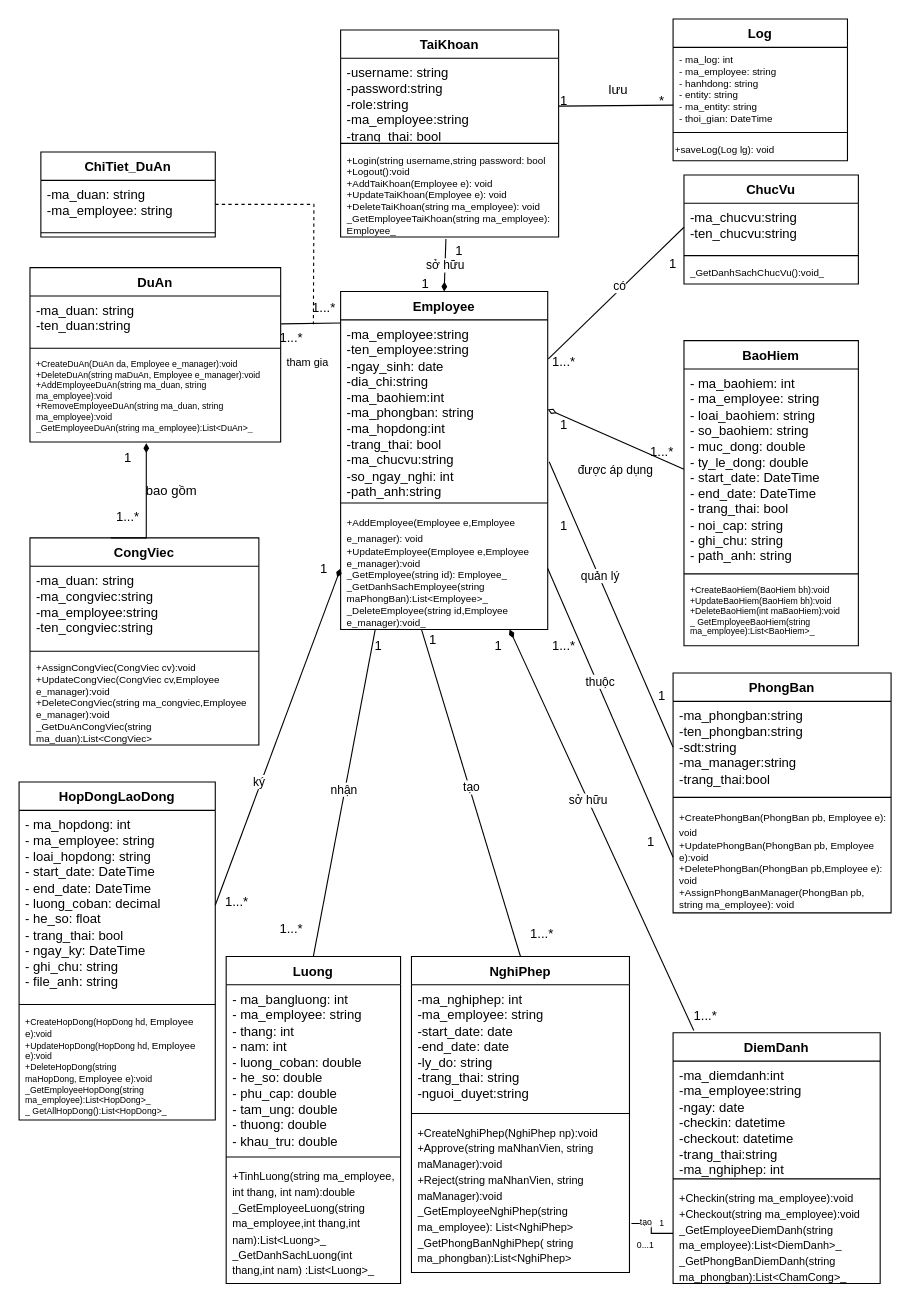
This is SoDoClass.drawio from hoangda24312/Group4-DesigningSystem, a draw.io file, before an edit. Source tidied: cells renumbered, new cells numbered last; positions are measured from the earlier drawing's top-left corner, leaving out a move shared by most shapes. Both pictures are drawn from the tidied source at 109%, with x=0, y=0 at pixel (19, 19).
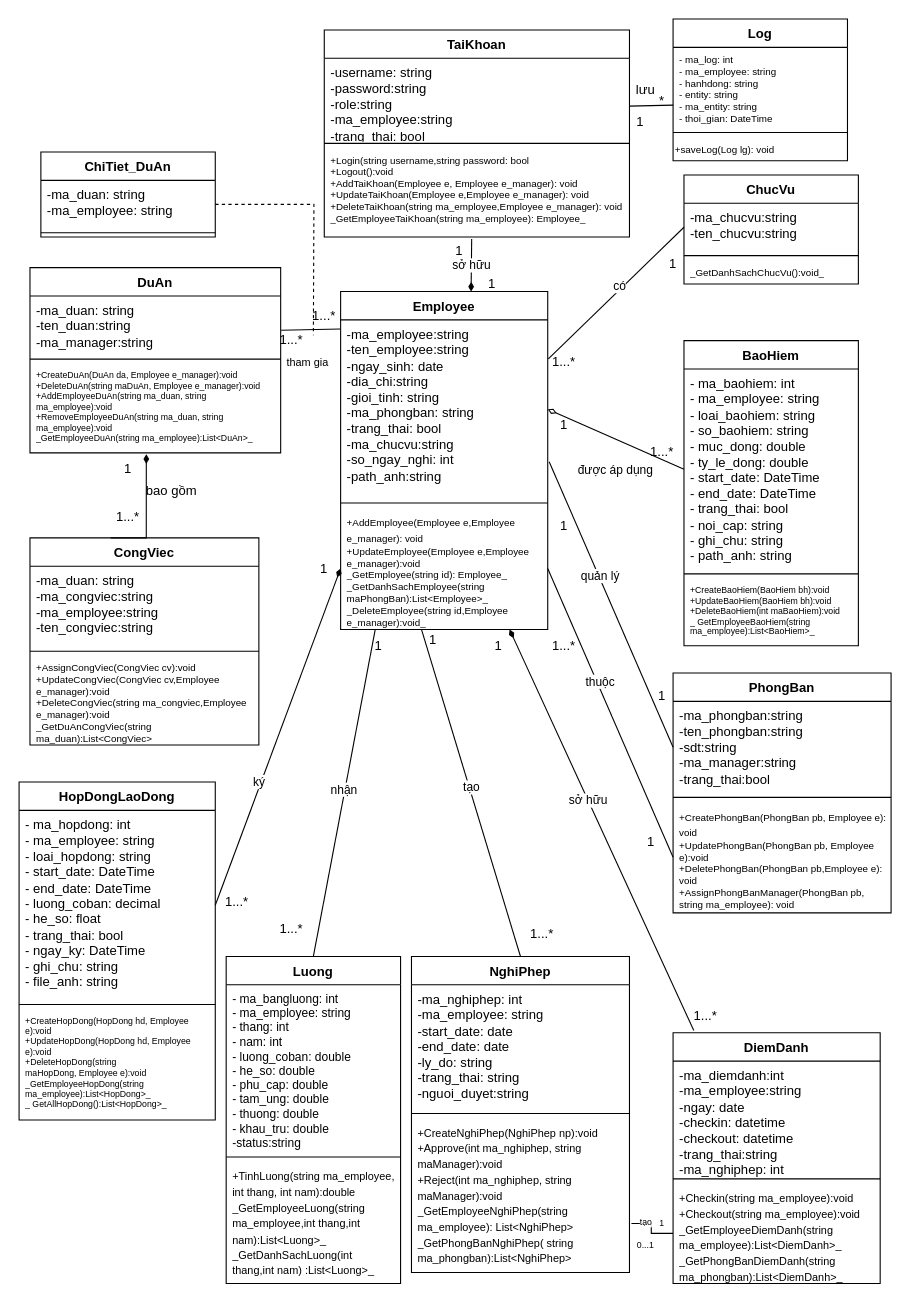
Above is the later version.

The change refers to these unchanged cells:
```xml
<mxCell id="7" value="-ma_duan: string&lt;div&gt;-&lt;span style=&quot;background-color: transparent; color: light-dark(rgb(0, 0, 0), rgb(255, 255, 255));&quot;&gt;ma_employee&lt;/span&gt;&lt;span style=&quot;background-color: transparent; color: light-dark(rgb(0, 0, 0), rgb(255, 255, 255));&quot;&gt;: string&lt;/span&gt;&lt;/div&gt;&lt;div&gt;&lt;div&gt;&lt;br&gt;&lt;/div&gt;&lt;/div&gt;" style="text;strokeColor=none;fillColor=none;align=left;verticalAlign=top;spacingLeft=4;spacingRight=4;overflow=hidden;points=[[0,0.5],[1,0.5]];portConstraint=eastwest;whiteSpace=wrap;html=1;" parent="6" vertex="1">
  <mxGeometry y="26" width="160" height="44" as="geometry" />
</mxCell>
<mxCell id="21" value="HopDongLaoDong" style="swimlane;fontStyle=1;align=center;verticalAlign=top;horizontal=1;startSize=26;whiteSpace=wrap;html=1;" parent="1" vertex="1">
  <mxGeometry y="700" width="180" height="310" as="geometry" />
</mxCell>
<mxCell id="25" value="Employee" style="swimlane;fontStyle=1;align=center;verticalAlign=top;horizontal=1;startSize=26;whiteSpace=wrap;html=1;" parent="1" vertex="1">
  <mxGeometry x="295" y="250" width="190" height="310" as="geometry" />
</mxCell>
<mxCell id="33" value="DiemDanh" style="swimlane;fontStyle=1;align=center;verticalAlign=top;horizontal=1;startSize=26;whiteSpace=wrap;html=1;" parent="1" vertex="1">
  <mxGeometry x="600" y="930" width="190" height="230" as="geometry" />
</mxCell>
<mxCell id="37" value="NghiPhep" style="swimlane;fontStyle=1;align=center;verticalAlign=top;horizontal=1;startSize=26;whiteSpace=wrap;html=1;" parent="1" vertex="1">
  <mxGeometry x="360" y="860" width="200" height="290" as="geometry" />
</mxCell>
<mxCell id="72" value="Luong" style="swimlane;fontStyle=1;align=center;verticalAlign=top;horizontal=1;startSize=26;whiteSpace=wrap;html=1;" parent="1" vertex="1">
  <mxGeometry x="190" y="860" width="160" height="300" as="geometry" />
</mxCell>
```

The edit, as a diff of the source:
```diff
@@
     <mxCell id="2" value="TaiKhoan" style="swimlane;fontStyle=1;align=center;verticalAlign=top;horizontal=1;startSize=26;whiteSpace=wrap;html=1;" parent="1" vertex="1">
-      <mxGeometry x="295" y="10" width="200" height="190" as="geometry" />
+      <mxGeometry x="280" y="10" width="280" height="190" as="geometry" />
     </mxCell>
     <mxCell id="3" value="-username: string&lt;div&gt;-password:string&lt;/div&gt;&lt;div&gt;-role:string&lt;/div&gt;&lt;div&gt;-&lt;span style=&quot;background-color: transparent; color: light-dark(rgb(0, 0, 0), rgb(255, 255, 255));&quot;&gt;ma_employee&lt;/span&gt;&lt;span style=&quot;background-color: transparent; color: light-dark(rgb(0, 0, 0), rgb(255, 255, 255));&quot;&gt;:string&lt;/span&gt;&lt;/div&gt;&lt;div&gt;-trang_thai: bool&lt;/div&gt;" style="text;strokeColor=none;fillColor=none;align=left;verticalAlign=top;spacingLeft=4;spacingRight=4;overflow=hidden;points=[[0,0.5],[1,0.5]];portConstraint=eastwest;whiteSpace=wrap;html=1;" parent="2" vertex="1">
-      <mxGeometry y="26" width="200" height="74" as="geometry" />
+      <mxGeometry y="26" width="280" height="74" as="geometry" />
     </mxCell>
     <mxCell id="4" style="line;strokeWidth=1;fillColor=none;align=left;verticalAlign=middle;spacingTop=-1;spacingLeft=3;spacingRight=3;labelPosition=right;strokeColor=inherit;" parent="2" vertex="1">
-      <mxGeometry y="100" width="200" height="8" as="geometry" />
+      <mxGeometry y="100" width="280" height="8" as="geometry" />
     </mxCell>
-    <mxCell id="5" value="+Login(string username,string password: bool&lt;div&gt;+Logout():void&lt;/div&gt;&lt;div&gt;+AddTaiKhoan(Employee e): void&lt;/div&gt;&lt;div&gt;+UpdateTaiKhoan(Employee e): void&lt;/div&gt;&lt;div&gt;+DeleteTaiKhoan(string ma_employee): void&lt;/div&gt;&lt;div&gt;_GetEmployeeTaiKhoan(string ma_employee): Employee_&lt;/div&gt;" style="text;strokeColor=none;fillColor=none;align=left;verticalAlign=top;spacingLeft=4;spacingRight=4;overflow=hidden;points=[[0,0.5],[1,0.5]];portConstraint=eastwest;whiteSpace=wrap;html=1;fontSize=9;" parent="2" vertex="1">
-      <mxGeometry y="108" width="200" height="82" as="geometry" />
+    <mxCell id="5" value="+Login(string username,string password: bool&lt;div&gt;+Logout():void&lt;/div&gt;&lt;div&gt;+AddTaiKhoan(Employee e, Employee e_manager): void&lt;/div&gt;&lt;div&gt;+UpdateTaiKhoan(Employee e,Employee e_manager): void&lt;/div&gt;&lt;div&gt;+DeleteTaiKhoan(string ma_employee,Employee e_manager): void&lt;/div&gt;&lt;div&gt;_GetEmployeeTaiKhoan(string ma_employee): Employee_&lt;/div&gt;" style="text;strokeColor=none;fillColor=none;align=left;verticalAlign=top;spacingLeft=4;spacingRight=4;overflow=hidden;points=[[0,0.5],[1,0.5]];portConstraint=eastwest;whiteSpace=wrap;html=1;fontSize=9;" parent="2" vertex="1">
+      <mxGeometry y="108" width="280" height="82" as="geometry" />
     </mxCell>
@@
     <mxCell id="9" value="DuAn" style="swimlane;fontStyle=1;align=center;verticalAlign=top;horizontal=1;startSize=26;whiteSpace=wrap;html=1;" parent="1" vertex="1">
-      <mxGeometry x="10" y="228" width="230" height="160" as="geometry" />
+      <mxGeometry x="10" y="228" width="230" height="170" as="geometry" />
     </mxCell>
-    <mxCell id="10" value="-ma_duan: string&lt;div&gt;-ten_duan:string&lt;br&gt;&lt;div&gt;&lt;br&gt;&lt;/div&gt;&lt;/div&gt;" style="text;strokeColor=none;fillColor=none;align=left;verticalAlign=top;spacingLeft=4;spacingRight=4;overflow=hidden;points=[[0,0.5],[1,0.5]];portConstraint=eastwest;whiteSpace=wrap;html=1;" parent="9" vertex="1">
-      <mxGeometry y="26" width="230" height="44" as="geometry" />
+    <mxCell id="10" value="-ma_duan: string&lt;div&gt;-ten_duan:string&lt;br&gt;&lt;div&gt;-ma_manager:string&lt;/div&gt;&lt;/div&gt;" style="text;strokeColor=none;fillColor=none;align=left;verticalAlign=top;spacingLeft=4;spacingRight=4;overflow=hidden;points=[[0,0.5],[1,0.5]];portConstraint=eastwest;whiteSpace=wrap;html=1;" parent="9" vertex="1">
+      <mxGeometry y="26" width="230" height="54" as="geometry" />
     </mxCell>
     <mxCell id="11" style="line;strokeWidth=1;fillColor=none;align=left;verticalAlign=middle;spacingTop=-1;spacingLeft=3;spacingRight=3;labelPosition=right;strokeColor=inherit;" parent="9" vertex="1">
-      <mxGeometry y="70" width="230" height="8" as="geometry" />
+      <mxGeometry y="80" width="230" height="8" as="geometry" />
     </mxCell>
     <mxCell id="12" value="&lt;div&gt;+CreateDuAn(DuAn da,&amp;nbsp;&lt;span style=&quot;background-color: transparent; color: light-dark(rgb(0, 0, 0), rgb(255, 255, 255));&quot;&gt;Employee e_manager&lt;/span&gt;&lt;span style=&quot;background-color: transparent; color: light-dark(rgb(0, 0, 0), rgb(255, 255, 255));&quot;&gt;):void&lt;/span&gt;&lt;/div&gt;&lt;div&gt;+DeleteDuAn(string maDuAn,&amp;nbsp;&lt;span style=&quot;background-color: transparent; color: light-dark(rgb(0, 0, 0), rgb(255, 255, 255));&quot;&gt;Employee e_manager&lt;/span&gt;&lt;span style=&quot;background-color: transparent; color: light-dark(rgb(0, 0, 0), rgb(255, 255, 255));&quot;&gt;):void&lt;/span&gt;&lt;/div&gt;&lt;div&gt;+AddEmployeeDuAn(string ma_duan, string ma_employee):void&lt;/div&gt;&lt;div&gt;+RemoveEmployeeDuAn(string ma_duan, string ma_employee):void&lt;/div&gt;&lt;div&gt;_GetEmployeeDuAn(string ma_employee):List&amp;lt;DuAn&amp;gt;_&lt;/div&gt;" style="text;strokeColor=none;fillColor=none;align=left;verticalAlign=top;spacingLeft=4;spacingRight=4;overflow=hidden;points=[[0,0.5],[1,0.5]];portConstraint=eastwest;whiteSpace=wrap;html=1;fontSize=8;" parent="9" vertex="1">
-      <mxGeometry y="78" width="230" height="82" as="geometry" />
+      <mxGeometry y="88" width="230" height="82" as="geometry" />
     </mxCell>
@@
-    <mxCell id="24" value="&lt;div&gt;+CreateHopDong(HopDong hd,&amp;nbsp;&lt;span style=&quot;font-size: 9px; background-color: transparent; color: light-dark(rgb(0, 0, 0), rgb(255, 255, 255));&quot;&gt;Employee e&lt;/span&gt;&lt;span style=&quot;background-color: transparent; color: light-dark(rgb(0, 0, 0), rgb(255, 255, 255));&quot;&gt;):void&lt;/span&gt;&lt;/div&gt;&lt;div&gt;+UpdateHopDong(HopDong hd,&amp;nbsp;&lt;span style=&quot;font-size: 9px; background-color: transparent; color: light-dark(rgb(0, 0, 0), rgb(255, 255, 255));&quot;&gt;Employee e&lt;/span&gt;&lt;span style=&quot;background-color: transparent; color: light-dark(rgb(0, 0, 0), rgb(255, 255, 255));&quot;&gt;):void&lt;/span&gt;&lt;/div&gt;&lt;div&gt;+DeleteHopDong(string maHopDong,&amp;nbsp;&lt;span style=&quot;font-size: 9px; background-color: transparent; color: light-dark(rgb(0, 0, 0), rgb(255, 255, 255));&quot;&gt;Employee e&lt;/span&gt;&lt;span style=&quot;background-color: transparent; color: light-dark(rgb(0, 0, 0), rgb(255, 255, 255));&quot;&gt;):void&lt;/span&gt;&lt;/div&gt;&lt;div&gt;_GetEmployeeHopDong(string ma_employee):List&amp;lt;HopDong&amp;gt;_&lt;/div&gt;&lt;div&gt;_ GetAllHopDong():List&amp;lt;HopDong&amp;gt;_&lt;/div&gt;" style="text;strokeColor=none;fillColor=none;align=left;verticalAlign=top;spacingLeft=4;spacingRight=4;overflow=hidden;whiteSpace=wrap;html=1;fontSize=8;" parent="21" vertex="1">
+    <mxCell id="24" value="&lt;div&gt;+CreateHopDong(HopDong hd,&amp;nbsp;&lt;span style=&quot;background-color: transparent; color: light-dark(rgb(0, 0, 0), rgb(255, 255, 255));&quot;&gt;Employee e&lt;/span&gt;&lt;span style=&quot;background-color: transparent; color: light-dark(rgb(0, 0, 0), rgb(255, 255, 255));&quot;&gt;):void&lt;/span&gt;&lt;/div&gt;&lt;div&gt;+UpdateHopDong(HopDong hd,&amp;nbsp;&lt;span style=&quot;background-color: transparent; color: light-dark(rgb(0, 0, 0), rgb(255, 255, 255));&quot;&gt;Employee e&lt;/span&gt;&lt;span style=&quot;background-color: transparent; color: light-dark(rgb(0, 0, 0), rgb(255, 255, 255));&quot;&gt;):void&lt;/span&gt;&lt;/div&gt;&lt;div&gt;+DeleteHopDong(string maHopDong,&amp;nbsp;&lt;span style=&quot;background-color: transparent; color: light-dark(rgb(0, 0, 0), rgb(255, 255, 255));&quot;&gt;Employee e&lt;/span&gt;&lt;span style=&quot;background-color: transparent; color: light-dark(rgb(0, 0, 0), rgb(255, 255, 255));&quot;&gt;):void&lt;/span&gt;&lt;/div&gt;&lt;div&gt;_GetEmployeeHopDong(string ma_employee):List&amp;lt;HopDong&amp;gt;_&lt;/div&gt;&lt;div&gt;_ GetAllHopDong():List&amp;lt;HopDong&amp;gt;_&lt;/div&gt;" style="text;strokeColor=none;fillColor=none;align=left;verticalAlign=top;spacingLeft=4;spacingRight=4;overflow=hidden;whiteSpace=wrap;html=1;fontSize=8;" parent="21" vertex="1">
       <mxGeometry y="208" width="180" height="102" as="geometry" />
     </mxCell>
@@
-    <mxCell id="26" value="-ma_employee:string&lt;div&gt;-ten_employee:string&lt;/div&gt;&lt;div&gt;-ngay_sinh: date&lt;/div&gt;&lt;div&gt;-dia_chi:string&lt;/div&gt;&lt;div&gt;-ma_baohiem:int&amp;nbsp;&lt;/div&gt;&lt;div&gt;-ma_phongban: string&lt;/div&gt;&lt;div&gt;-ma_hopdong:int&lt;/div&gt;&lt;div&gt;-trang_thai: bool&lt;/div&gt;&lt;div&gt;-ma_chucvu:string&lt;/div&gt;&lt;div&gt;-so_ngay_nghi: int&lt;/div&gt;&lt;div&gt;-path_anh:string&lt;/div&gt;" style="text;strokeColor=none;fillColor=none;align=left;verticalAlign=top;spacingLeft=4;spacingRight=4;overflow=hidden;points=[[0,0.5],[1,0.5]];portConstraint=eastwest;whiteSpace=wrap;html=1;" parent="25" vertex="1">
+    <mxCell id="26" value="-ma_employee:string&lt;div&gt;-ten_employee:string&lt;/div&gt;&lt;div&gt;-ngay_sinh: date&lt;/div&gt;&lt;div&gt;-dia_chi:string&lt;/div&gt;&lt;div&gt;-gioi_tinh: string&lt;/div&gt;&lt;div&gt;-ma_phongban: string&lt;/div&gt;&lt;div&gt;-trang_thai: bool&lt;/div&gt;&lt;div&gt;-ma_chucvu:string&lt;/div&gt;&lt;div&gt;-so_ngay_nghi: int&lt;/div&gt;&lt;div&gt;-path_anh:string&lt;/div&gt;" style="text;strokeColor=none;fillColor=none;align=left;verticalAlign=top;spacingLeft=4;spacingRight=4;overflow=hidden;points=[[0,0.5],[1,0.5]];portConstraint=eastwest;whiteSpace=wrap;html=1;" parent="25" vertex="1">
       <mxGeometry y="26" width="190" height="164" as="geometry" />
     </mxCell>
@@
-    <mxCell id="36" value="&lt;font size=&quot;1&quot;&gt;+Checkin(string ma_employee):void&lt;/font&gt;&lt;div&gt;&lt;font size=&quot;1&quot;&gt;+Checkout(string&amp;nbsp;&lt;/font&gt;&lt;span style=&quot;font-size: x-small;&quot;&gt;ma_employee&lt;/span&gt;&lt;font size=&quot;1&quot;&gt;):void&lt;/font&gt;&lt;/div&gt;&lt;div&gt;&lt;font size=&quot;1&quot;&gt;_GetEmployeeDiemDanh(string&amp;nbsp;&lt;/font&gt;&lt;/div&gt;&lt;div&gt;&lt;span style=&quot;font-size: x-small; background-color: transparent; color: light-dark(rgb(0, 0, 0), rgb(255, 255, 255));&quot;&gt;ma_employee&lt;/span&gt;&lt;span style=&quot;font-size: x-small; background-color: transparent; color: light-dark(rgb(0, 0, 0), rgb(255, 255, 255));&quot;&gt;):&lt;/span&gt;&lt;span style=&quot;background-color: transparent; color: light-dark(rgb(0, 0, 0), rgb(255, 255, 255)); font-size: x-small;&quot;&gt;List&amp;lt;DiemDanh&amp;gt;_&lt;/span&gt;&lt;/div&gt;&lt;div&gt;&lt;font size=&quot;1&quot;&gt;_GetPhongBanDiemDanh(string ma_phongban):List&amp;lt;ChamCong&amp;gt;_&lt;/font&gt;&lt;/div&gt;" style="text;strokeColor=none;fillColor=none;align=left;verticalAlign=top;spacingLeft=4;spacingRight=4;overflow=hidden;points=[[0,0.5],[1,0.5]];portConstraint=eastwest;whiteSpace=wrap;html=1;" parent="33" vertex="1">
+    <mxCell id="36" value="&lt;font size=&quot;1&quot;&gt;+Checkin(string ma_employee):void&lt;/font&gt;&lt;div&gt;&lt;font size=&quot;1&quot;&gt;+Checkout(string&amp;nbsp;&lt;/font&gt;&lt;span style=&quot;font-size: x-small;&quot;&gt;ma_employee&lt;/span&gt;&lt;font size=&quot;1&quot;&gt;):void&lt;/font&gt;&lt;/div&gt;&lt;div&gt;&lt;font size=&quot;1&quot;&gt;_GetEmployeeDiemDanh(string&amp;nbsp;&lt;/font&gt;&lt;/div&gt;&lt;div&gt;&lt;span style=&quot;font-size: x-small; background-color: transparent; color: light-dark(rgb(0, 0, 0), rgb(255, 255, 255));&quot;&gt;ma_employee&lt;/span&gt;&lt;span style=&quot;font-size: x-small; background-color: transparent; color: light-dark(rgb(0, 0, 0), rgb(255, 255, 255));&quot;&gt;):&lt;/span&gt;&lt;span style=&quot;background-color: transparent; color: light-dark(rgb(0, 0, 0), rgb(255, 255, 255)); font-size: x-small;&quot;&gt;List&amp;lt;DiemDanh&amp;gt;_&lt;/span&gt;&lt;/div&gt;&lt;div&gt;&lt;font size=&quot;1&quot;&gt;_GetPhongBanDiemDanh(string ma_phongban):List&amp;lt;DiemDanh&amp;gt;_&lt;/font&gt;&lt;/div&gt;" style="text;strokeColor=none;fillColor=none;align=left;verticalAlign=top;spacingLeft=4;spacingRight=4;overflow=hidden;points=[[0,0.5],[1,0.5]];portConstraint=eastwest;whiteSpace=wrap;html=1;" parent="33" vertex="1">
       <mxGeometry y="138" width="190" height="92" as="geometry" />
     </mxCell>
@@
-    <mxCell id="40" value="&lt;font size=&quot;1&quot;&gt;+CreateNghiPhep(NghiPhep np):void&lt;/font&gt;&lt;div&gt;&lt;font size=&quot;1&quot;&gt;+Approve(string maNhanVien, string maManager):void&lt;/font&gt;&lt;/div&gt;&lt;div&gt;&lt;font size=&quot;1&quot;&gt;+Reject(string maNhanVien, string maManager):void&lt;/font&gt;&lt;/div&gt;&lt;div&gt;&lt;font size=&quot;1&quot;&gt;_GetEmployeeNghiPhep(string ma_employee): List&amp;lt;NghiPhep&amp;gt;&lt;/font&gt;&lt;/div&gt;&lt;div&gt;&lt;font size=&quot;1&quot;&gt;_GetPhongBanNghiPhep( string ma_phongban):List&amp;lt;NghiPhep&amp;gt;&lt;/font&gt;&lt;/div&gt;" style="text;strokeColor=none;fillColor=none;align=left;verticalAlign=top;spacingLeft=4;spacingRight=4;overflow=hidden;points=[[0,0.5],[1,0.5]];portConstraint=eastwest;whiteSpace=wrap;html=1;" parent="37" vertex="1">
+    <mxCell id="40" value="&lt;font size=&quot;1&quot;&gt;+CreateNghiPhep(NghiPhep np):void&lt;/font&gt;&lt;div&gt;&lt;font size=&quot;1&quot;&gt;+Approve(int ma_nghiphep, string maManager):void&lt;/font&gt;&lt;/div&gt;&lt;div&gt;&lt;font size=&quot;1&quot;&gt;+Reject(int ma_nghiphep, string maManager):void&lt;/font&gt;&lt;/div&gt;&lt;div&gt;&lt;font size=&quot;1&quot;&gt;_GetEmployeeNghiPhep(string ma_employee): List&amp;lt;NghiPhep&amp;gt;&lt;/font&gt;&lt;/div&gt;&lt;div&gt;&lt;font size=&quot;1&quot;&gt;_GetPhongBanNghiPhep( string ma_phongban):List&amp;lt;NghiPhep&amp;gt;&lt;/font&gt;&lt;/div&gt;" style="text;strokeColor=none;fillColor=none;align=left;verticalAlign=top;spacingLeft=4;spacingRight=4;overflow=hidden;points=[[0,0.5],[1,0.5]];portConstraint=eastwest;whiteSpace=wrap;html=1;" parent="37" vertex="1">
       <mxGeometry y="148" width="200" height="142" as="geometry" />
     </mxCell>
@@
-    <mxCell id="44" style="endArrow=none;html=1;rounded=0;entryX=0.001;entryY=0.017;entryDx=0;entryDy=0;exitX=1.002;exitY=0.583;exitDx=0;exitDy=0;entryPerimeter=0;exitPerimeter=0;" parent="1" edge="1" source="10" target="26">
+    <mxCell id="44" style="endArrow=none;html=1;rounded=0;entryX=-0.002;entryY=0.051;entryDx=0;entryDy=0;exitX=1.002;exitY=0.583;exitDx=0;exitDy=0;entryPerimeter=0;exitPerimeter=0;" parent="1" edge="1" source="10" target="26">
       <mxGeometry relative="1" as="geometry" />
     </mxCell>
     <mxCell id="45" style="endArrow=none;html=1;rounded=0;exitX=1;exitY=0.5;exitDx=0;exitDy=0;dashed=1;edgeStyle=orthogonalEdgeStyle;" parent="1" edge="1" source="7">
       <mxGeometry relative="1" as="geometry">
-        <mxPoint x="270" y="280" as="targetPoint" />
+        <mxPoint x="270" y="290" as="targetPoint" />
       </mxGeometry>
     </mxCell>
@@
-    <mxCell id="52" style="endArrow=diamondThin;html=1;rounded=0;exitX=0.483;exitY=1.022;exitDx=0;exitDy=0;endFill=1;entryX=0.5;entryY=0;entryDx=0;entryDy=0;exitPerimeter=0;" parent="1" edge="1" source="5" target="25">
+    <mxCell id="52" style="endArrow=diamondThin;html=1;rounded=0;exitX=0.483;exitY=1.022;exitDx=0;exitDy=0;endFill=1;entryX=0.63;entryY=0;entryDx=0;entryDy=0;exitPerimeter=0;entryPerimeter=0;" parent="1" edge="1" source="5" target="25">
       <mxGeometry relative="1" as="geometry" />
     </mxCell>
@@
     <mxCell id="61" value="1" style="text;html=1;whiteSpace=wrap;strokeColor=none;fillColor=none;align=center;verticalAlign=middle;rounded=0;" parent="1" vertex="1">
-      <mxGeometry x="70" y="388" width="60" height="30" as="geometry" />
+      <mxGeometry x="70" y="398" width="60" height="30" as="geometry" />
     </mxCell>
@@
     <mxCell id="66" value="1" style="text;html=1;whiteSpace=wrap;strokeColor=none;fillColor=none;align=center;verticalAlign=middle;rounded=0;" parent="1" vertex="1">
-      <mxGeometry x="343" y="228" width="60" height="30" as="geometry" />
+      <mxGeometry x="404" y="228" width="60" height="30" as="geometry" />
     </mxCell>
@@
-    <mxCell id="73" value="- ma_bangluong: int&lt;br&gt;- ma_employee: string&lt;br&gt;- thang: int&lt;br&gt;- nam: int&lt;br&gt;- luong_coban: double&lt;br&gt;- he_so: double&lt;br&gt;- phu_cap: double&lt;br&gt;- tam_ung: double&lt;br&gt;- thuong: double&lt;br&gt;- khau_tru: double" style="text;strokeColor=none;fillColor=none;align=left;verticalAlign=top;spacingLeft=4;spacingRight=4;overflow=hidden;whiteSpace=wrap;html=1;" parent="72" vertex="1">
+    <mxCell id="73" value="- ma_bangluong: int&lt;br&gt;- ma_employee: string&lt;br&gt;- thang: int&lt;br&gt;- nam: int&lt;br&gt;- luong_coban: double&lt;br&gt;- he_so: double&lt;br&gt;- phu_cap: double&lt;br&gt;- tam_ung: double&lt;br&gt;- thuong: double&lt;br&gt;- khau_tru: double&lt;div&gt;-status:string&lt;/div&gt;" style="text;strokeColor=none;fillColor=none;align=left;verticalAlign=top;spacingLeft=4;spacingRight=4;overflow=hidden;whiteSpace=wrap;html=1;fontSize=11;" parent="72" vertex="1">
       <mxGeometry y="26" width="160" height="154" as="geometry" />
     </mxCell>
@@
     <mxCell id="91" value="1...*" style="text;html=1;whiteSpace=wrap;strokeColor=none;fillColor=none;align=center;verticalAlign=middle;rounded=0;" parent="1" vertex="1">
-      <mxGeometry x="220" y="278" width="60" height="30" as="geometry" />
+      <mxGeometry x="245" y="280" width="10" height="30" as="geometry" />
     </mxCell>
     <mxCell id="92" value="1...*" style="text;html=1;whiteSpace=wrap;strokeColor=none;fillColor=none;align=center;verticalAlign=middle;rounded=0;" parent="1" vertex="1">
-      <mxGeometry x="250" y="250" width="60" height="30" as="geometry" />
+      <mxGeometry x="270" y="258" width="20" height="30" as="geometry" />
     </mxCell>
@@
     <mxCell id="99" value="1" style="text;html=1;whiteSpace=wrap;strokeColor=none;fillColor=none;align=center;verticalAlign=middle;rounded=0;" parent="1" vertex="1">
-      <mxGeometry x="470" y="60" width="60" height="30" as="geometry" />
+      <mxGeometry x="540" y="80" width="60" height="30" as="geometry" />
     </mxCell>
@@
     <mxCell id="101" value="lưu" style="text;html=1;whiteSpace=wrap;strokeColor=none;fillColor=none;align=center;verticalAlign=middle;rounded=0;" parent="1" vertex="1">
-      <mxGeometry x="520" y="50" width="60" height="30" as="geometry" />
+      <mxGeometry x="545" y="50" width="60" height="30" as="geometry" />
     </mxCell>
```
